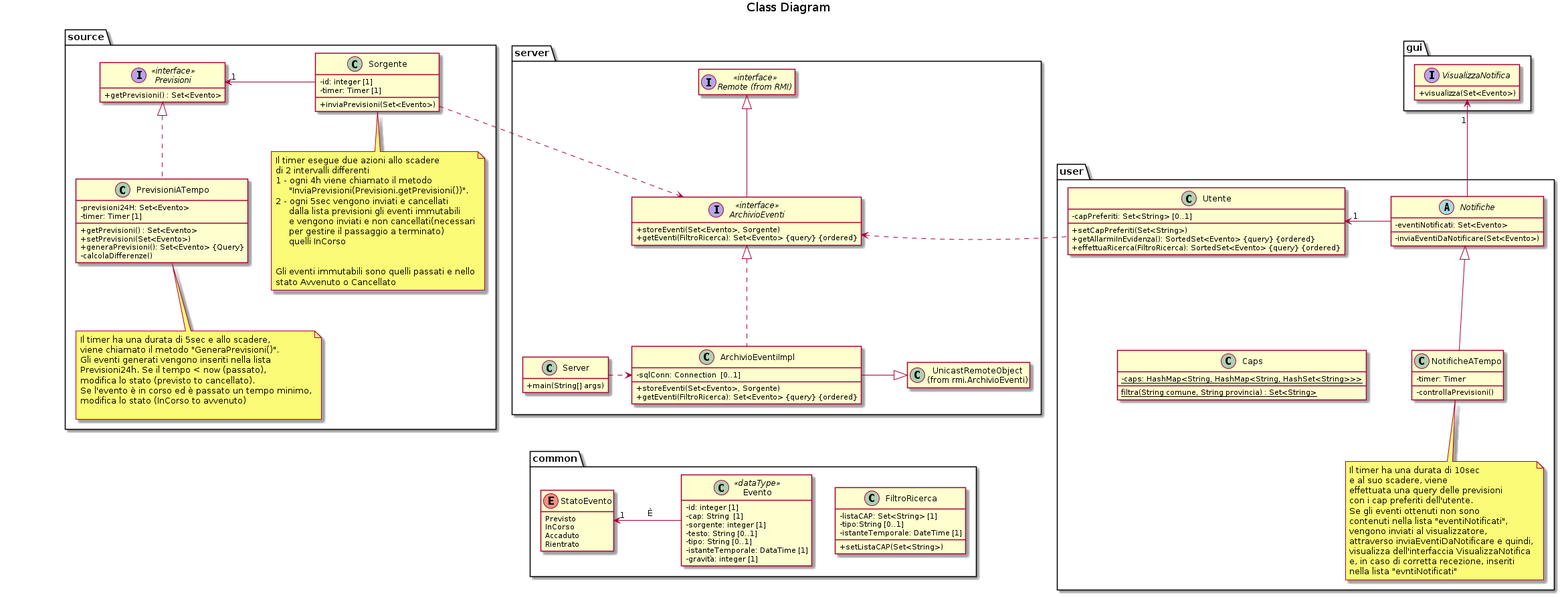
Above: UML/target/class.png in xFA25E/sweng_14_2019 (PlantUML), before the change. The source it was exported from:
```plantuml
@startuml
title Class Diagram
package source {
    interface Previsioni<<interface>> {
        + getPrevisioni() : Set<Evento>
    }

    class PrevisioniATempo {
        - previsioni24H: Set<Evento>
        - timer: Timer [1]
        + getPrevisioni() : Set<Evento>
        + setPrevisioni(Set<Evento>)
        + generaPrevisioni(): Set<Evento> {Query}
        - calcolaDifferenze()
    }

    class Sorgente {
        - id: integer [1]
        - timer: Timer [1]
        + inviaPrevisioni(Set<Evento>)
    }
    note bottom of Sorgente: Il timer esegue due azioni allo scadere\ndi 2 intervalli differenti\n1 - ogni 4h viene chiamato il metodo\n     "InviaPrevisioni(Previsioni.getPrevisioni())".\n2 - ogni 5sec vengono inviati e cancellati\n     dalla lista previsioni gli eventi immutabili\n     e vengono inviati e non cancellati(necessari\n     per gestire il passaggio a terminato)\n     quelli InCorso\n\n\nGli eventi immutabili sono quelli passati e nello\nstato Avvenuto o Cancellato
    note bottom of PrevisioniATempo: Il timer ha una durata di 5sec e allo scadere,\nviene chiamato il metodo "GeneraPrevisioni()".\nGli eventi generati vengono inseriti nella lista\nPrevisioni24h. Se il tempo < now (passato),\nmodifica lo stato (previsto to cancellato).\nSe l'evento è in corso ed è passato un tempo minimo,\nmodifica lo stato (InCorso to avvenuto)\n

    Previsioni "1" <- Sorgente : \t\t\t
    Previsioni <|.. PrevisioniATempo
}

package server{
    interface "Remote (from RMI)" as Remote <<interface>>

    interface ArchivioEventi<<interface>> {
        + storeEventi(Set<Evento>, Sorgente)
        + getEventi(FiltroRicerca): Set<Evento> {query} {ordered}
    }

    class ArchivioEventiImpl {
        - sqlConn: Connection  [0..1]
        + storeEventi(Set<Evento>, Sorgente)
        + getEventi(FiltroRicerca): Set<Evento> {query} {ordered}
    }

    class "UnicastRemoteObject\n(from rmi.ArchivioEventi)" as UnicastRemoteObject

    class Server {
        + main(String[] args)
    }

    Remote <|-- ArchivioEventi
    ArchivioEventi <|.. ArchivioEventiImpl
    ArchivioEventiImpl -|> UnicastRemoteObject :\t
    Server .> ArchivioEventiImpl
}

Sorgente .> ArchivioEventi

package user {
    class Utente {
        - capPreferiti: Set<String> [0..1]
        + setCapPreferiti(Set<String>)
        + getAllarmiInEvidenza(): SortedSet<Evento> {query} {ordered}
        + effettuaRicerca(FiltroRicerca): SortedSet<Evento> {query} {ordered}
    }

    abstract Notifiche {
        - eventiNotificati: Set<Evento>
        - inviaEventiDaNotificare(Set<Evento>)
    }

    class NotificheATempo {
        - timer: Timer
        - controllaPrevisioni()
    }
    note bottom of NotificheATempo: Il timer ha una durata di 10sec\ne al suo scadere, viene\neffettuata una query delle previsioni\ncon i cap preferiti dell'utente.\nSe gli eventi ottenuti non sono\ncontenuti nella lista "eventiNotificati",\nvengono inviati al visualizzatore,\nattraverso inviaEventiDaNotificare e quindi,\nvisualizza dell'interfaccia VisualizzaNotifica\ne, in caso di corretta recezione, inseriti\nnella lista "evntiNotificati"

    class Caps {
        - {static} caps: HashMap<String, HashMap<String, HashSet<String>>>
        {static} filtra(String comune, String provincia) : Set<String>
    }

    Utente " 1" <- Notifiche :\t
    Notifiche <|-- NotificheATempo
}

ArchivioEventi <. Utente

package common {
    enum StatoEvento {
        Previsto
        InCorso
        Accaduto
        Rientrato
    }

    class Evento<<dataType>> {
        - id: integer [1]
        - cap: String  [1]
        - sorgente: integer [1]
        - testo: String [0..1]
        - tipo: String [0..1]
        - istanteTemporale: DataTime [1]
        - gravità: integer [1]
    }

    StatoEvento "1" <- Evento: \tÈ\t

    class FiltroRicerca {
        - listaCAP: Set<String> [1]
        - tipo:String [0..1]
        - istanteTemporale: DateTime [1]
        + setListaCAP(Set<String>)
    }
}

package gui {
    interface VisualizzaNotifica {
        + visualizza(Set<Evento>)
    }
}

VisualizzaNotifica "\n1" <-- Notifiche

hide empty members
skinparam classAttributeIconSize 0
Sorgente -[hidden]--- StatoEvento
ArchivioEventi .[hidden].> Server
ArchivioEventiImpl .[hidden].> Evento
Notifiche .[hidden].> FiltroRicerca
Caps -[hidden]> NotificheATempo: \t

@enduml
```
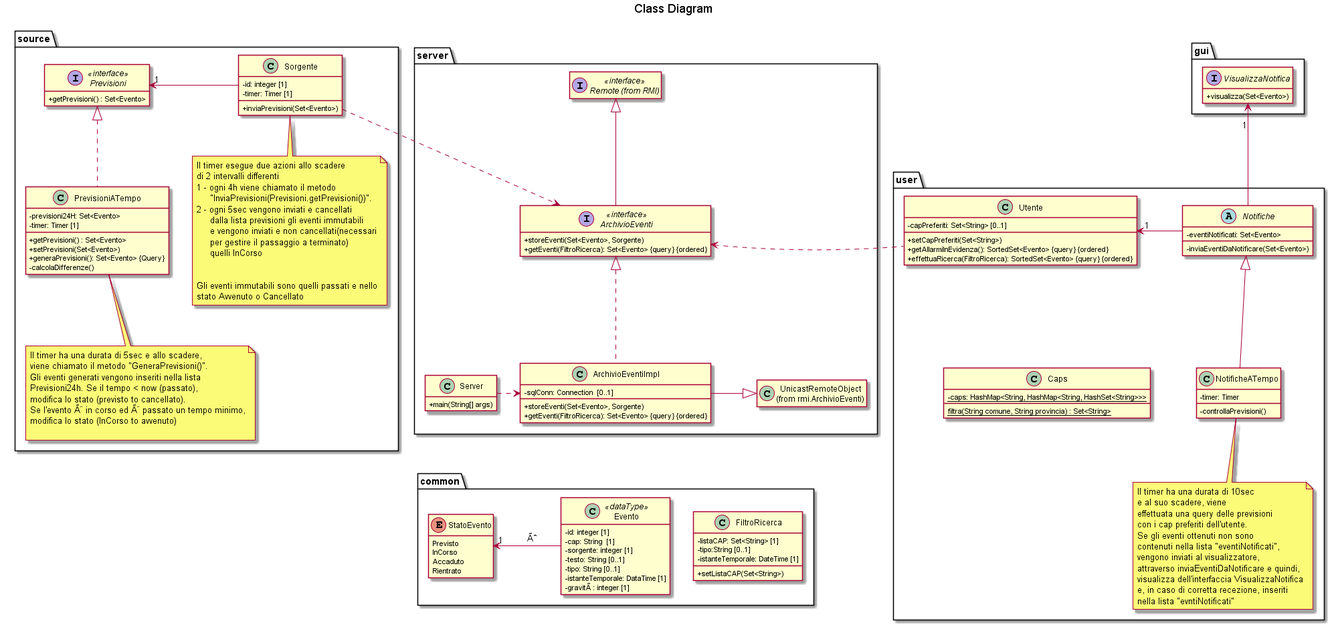
Above is the later version.

What changed in the source:
```diff
@@ -20,7 +20,7 @@
         + inviaPrevisioni(Set<Evento>)
     }
     note bottom of Sorgente: Il timer esegue due azioni allo scadere\ndi 2 intervalli differenti\n1 - ogni 4h viene chiamato il metodo\n     "InviaPrevisioni(Previsioni.getPrevisioni())".\n2 - ogni 5sec vengono inviati e cancellati\n     dalla lista previsioni gli eventi immutabili\n     e vengono inviati e non cancellati(necessari\n     per gestire il passaggio a terminato)\n     quelli InCorso\n\n\nGli eventi immutabili sono quelli passati e nello\nstato Avvenuto o Cancellato
-    note bottom of PrevisioniATempo: Il timer ha una durata di 5sec e allo scadere,\nviene chiamato il metodo "GeneraPrevisioni()".\nGli eventi generati vengono inseriti nella lista\nPrevisioni24h. Se il tempo < now (passato),\nmodifica lo stato (previsto to cancellato).\nSe l'evento è in corso ed è passato un tempo minimo,\nmodifica lo stato (InCorso to avvenuto)\n
+    note bottom of PrevisioniATempo: Il timer ha una durata di 5sec e allo scadere,\nviene chiamato il metodo "GeneraPrevisioni()".\nGli eventi generati vengono inseriti nella lista\nPrevisioni24h. Se il tempo < now (passato),\nmodifica lo stato (previsto to cancellato).\nSe l'evento Ã¨ in corso ed Ã¨ passato un tempo minimo,\nmodifica lo stato (InCorso to avvenuto)\n
 
     Previsioni "1" <- Sorgente : \t\t\t
     Previsioni <|.. PrevisioniATempo
@@ -99,10 +99,10 @@
         - testo: String [0..1]
         - tipo: String [0..1]
         - istanteTemporale: DataTime [1]
-        - gravità: integer [1]
+        - gravitÃ : integer [1]
     }
 
-    StatoEvento "1" <- Evento: \tÈ\t
+    StatoEvento "1" <- Evento: \tÃˆ\t
 
     class FiltroRicerca {
         - listaCAP: Set<String> [1]
```
